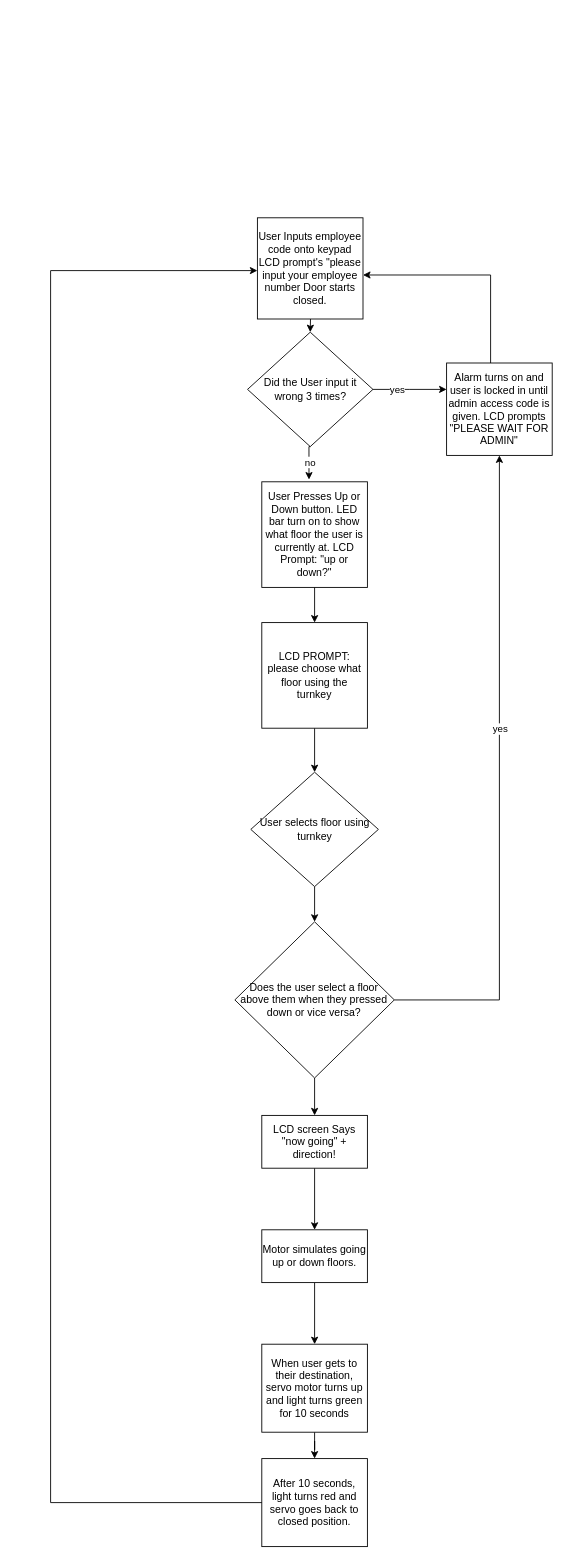
Before: Diagrams/system-diagram.drawio in thesquidgrid/ElevatorProj, a draw.io diagram. Source tidied: cells renumbered, new cells numbered last; positions are measured from the earlier drawing's top-left corner, leaving out a move shared by most shapes. Both pictures are drawn from the tidied source at 88%, with x=0, y=0 at pixel (50, 217).
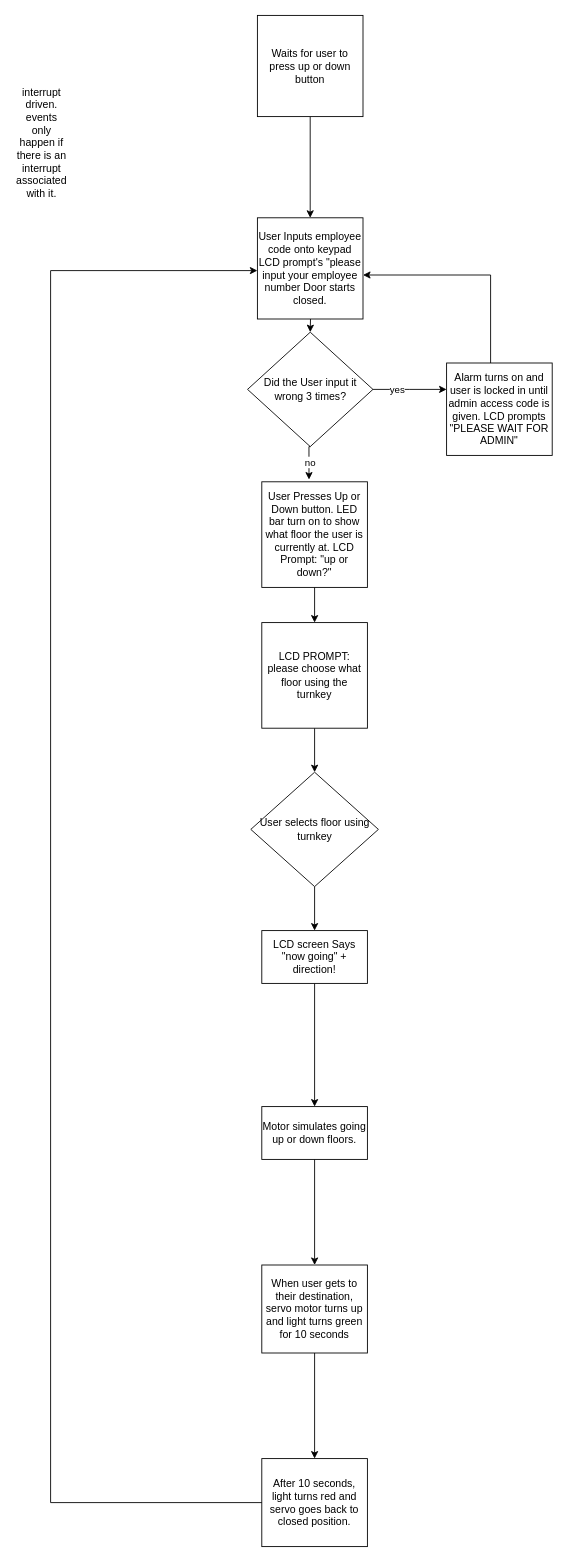
Above is the later version.

Unchanged cells that the change refers to:
```xml
<mxCell id="10" value="Alarm turns on and user is locked in until admin access code is given. LCD prompts &quot;PLEASE WAIT FOR ADMIN&quot;" style="rounded=0;whiteSpace=wrap;html=1;" parent="1" vertex="1">
  <mxGeometry x="450" y="165" width="120" height="105" as="geometry" />
</mxCell>
<mxCell id="13" value="User Inputs employee code onto keypad LCD prompt's &quot;please input your employee number Door starts closed." style="rounded=0;whiteSpace=wrap;html=1;" parent="1" vertex="1">
  <mxGeometry x="235" width="120" height="115" as="geometry" />
</mxCell>
<mxCell id="17" value="User selects floor using turnkey" style="rhombus;whiteSpace=wrap;html=1;" parent="1" vertex="1">
  <mxGeometry x="227.5" y="630" width="145" height="130" as="geometry" />
</mxCell>
```

Diff of the diagram source:
```diff
@@
-    <mxCell id="16" style="edgeStyle=orthogonalEdgeStyle;rounded=0;jettySize=auto;html=1;entryX=0;entryY=0.5;entryDx=0;entryDy=0;" parent="1" edge="1" source="17" target="21">
+    <mxCell id="16" style="edgeStyle=orthogonalEdgeStyle;rounded=0;jettySize=auto;html=1;entryX=0.5;entryY=0;entryDx=0;entryDy=0;" parent="1" edge="1" source="17" target="23">
       <mxGeometry relative="1" as="geometry" />
     </mxCell>
@@
-    <mxCell id="18" style="edgeStyle=orthogonalEdgeStyle;rounded=0;jettySize=auto;html=1;entryX=0.5;entryY=1;entryDx=0;entryDy=0;" parent="1" edge="1" source="21" target="10">
-      <mxGeometry relative="1" as="geometry" />
-    </mxCell>
-    <mxCell id="19" value="yes" style="edgeLabel;html=1;align=center;verticalAlign=middle;" parent="18" vertex="1">
-      <mxGeometry x="0.16" relative="1" as="geometry" />
-    </mxCell>
-    <mxCell id="20" style="edgeStyle=orthogonalEdgeStyle;rounded=0;jettySize=auto;html=1;entryX=0.5;entryY=0;entryDx=0;entryDy=0;" parent="1" edge="1" source="21" target="23">
-      <mxGeometry relative="1" as="geometry" />
-    </mxCell>
-    <mxCell id="21" value="Does the user select a floor above them when they pressed down or vice versa?" style="rhombus;whiteSpace=wrap;html=1;direction=south;" parent="1" vertex="1">
-      <mxGeometry x="209.4" y="800" width="181.2" height="177.5" as="geometry" />
-    </mxCell>
@@
     <mxCell id="23" value="LCD screen Says &quot;now going&quot; + direction!" style="rounded=0;whiteSpace=wrap;html=1;" parent="1" vertex="1">
-      <mxGeometry x="240" y="1020" width="120" height="60" as="geometry" />
+      <mxGeometry x="240" y="810" width="120" height="60" as="geometry" />
     </mxCell>
@@
     <mxCell id="25" value="Motor simulates going up or down floors." style="rounded=0;whiteSpace=wrap;html=1;" parent="1" vertex="1">
-      <mxGeometry x="240" y="1150" width="120" height="60" as="geometry" />
+      <mxGeometry x="240" y="1010" width="120" height="60" as="geometry" />
     </mxCell>
@@
     <mxCell id="27" value="When user gets to their destination, servo motor turns up and light turns green for 10 seconds" style="rounded=0;whiteSpace=wrap;html=1;" parent="1" vertex="1">
-      <mxGeometry x="240" y="1280" width="120" height="100" as="geometry" />
+      <mxGeometry x="240" y="1190" width="120" height="100" as="geometry" />
     </mxCell>
@@
+    <mxCell id="30" style="edgeStyle=orthogonalEdgeStyle;rounded=0;jettySize=auto;html=1;entryX=0.5;entryY=0;entryDx=0;entryDy=0;" parent="1" edge="1" source="31" target="13">
+      <mxGeometry relative="1" as="geometry" />
+    </mxCell>
+    <mxCell id="31" value="Waits for user to press up or down button" style="rounded=0;whiteSpace=wrap;html=1;" parent="1" vertex="1">
+      <mxGeometry x="235" y="-230" width="120" height="115" as="geometry" />
+    </mxCell>
+    <mxCell id="32" value="interrupt driven. events only happen if there is an interrupt associated with it." style="text;html=1;align=center;verticalAlign=middle;whiteSpace=wrap;rounded=0;" parent="1" vertex="1">
+      <mxGeometry x="-40" y="-100" width="60" height="30" as="geometry" />
+    </mxCell>
```
